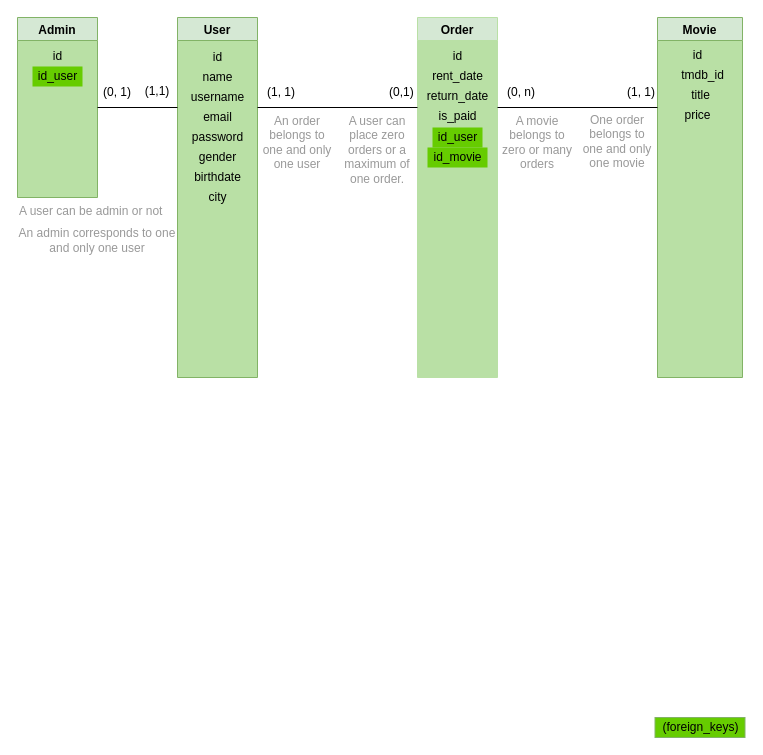
Earlier version of the draw.io diagram page "simplyfied" (1 of 2) of assets/movies-backend.drawio (angelgr-com/movies-backend). Source tidied: cells renumbered, new cells numbered last; positions are measured from the earlier drawing's top-left corner, leaving out a move shared by most shapes. Both pictures are drawn from the tidied source at 100%, with x=0, y=0 at pixel (17, 17).
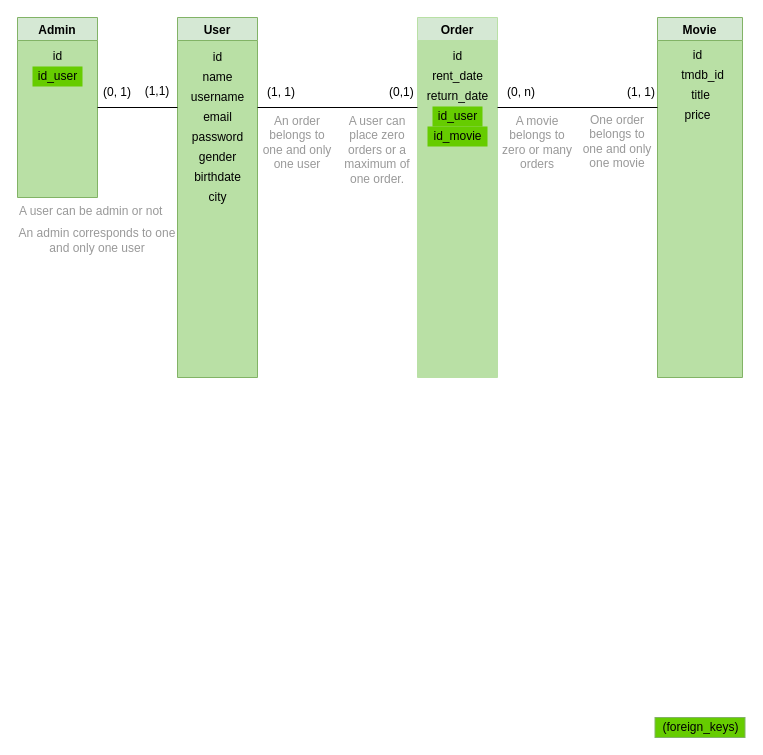
The same diagram, later.

Unchanged cells that the change refers to:
```xml
<mxCell id="16" value="Order" style="swimlane;fillColor=#d5e8d4;strokeColor=#B9E0A5;swimlaneFillColor=#B9E0A5;" parent="1" vertex="1">
  <mxGeometry x="400" width="80" height="360" as="geometry" />
</mxCell>
```

Change to the diagram source:
```diff
@@
     <mxCell id="17" value="id_user" style="text;html=1;align=center;verticalAlign=middle;strokeColor=none;fillColor=#66CC00;" parent="16" vertex="1">
-      <mxGeometry x="15" y="110" width="50" height="20" as="geometry" />
+      <mxGeometry x="15" y="89" width="50" height="20" as="geometry" />
     </mxCell>
@@
-    <mxCell id="21" value="is_paid" style="text;html=1;align=center;verticalAlign=middle;strokeColor=none;fillColor=none;" parent="16" vertex="1">
-      <mxGeometry x="15" y="89" width="50" height="20" as="geometry" />
-    </mxCell>
     <mxCell id="22" value="id_movie" style="text;html=1;align=center;verticalAlign=middle;strokeColor=none;fillColor=#66CC00;" parent="16" vertex="1">
-      <mxGeometry x="10" y="130" width="60" height="20" as="geometry" />
+      <mxGeometry x="10" y="109" width="60" height="20" as="geometry" />
     </mxCell>
```
